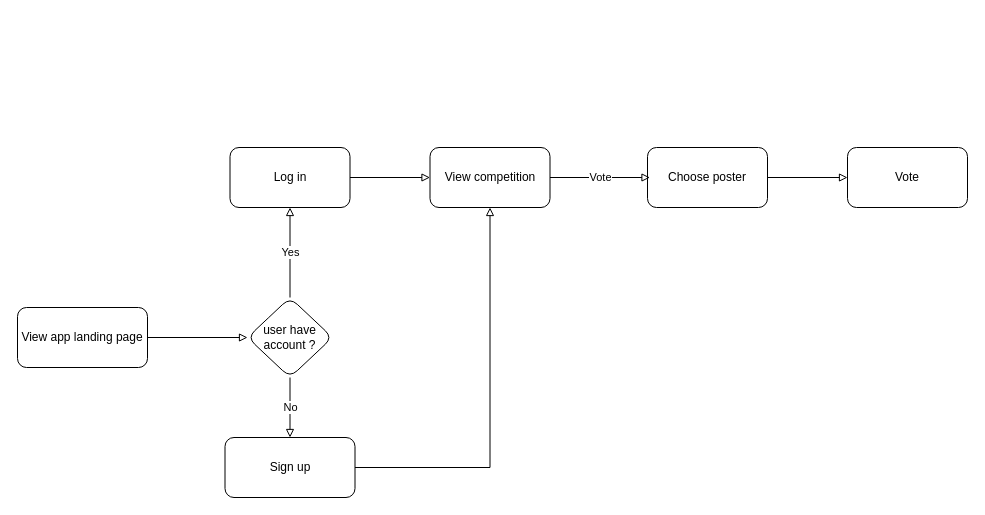
Before: page "Attendee vote" (1 of 11) of Task flow.drawio in supagon/test, a draw.io diagram. Source tidied: cells renumbered, new cells numbered last; positions are measured from the earlier drawing's top-left corner, leaving out a move shared by most shapes. Both pictures are drawn from the tidied source at 100%, with x=0, y=0 at pixel (17, 147).
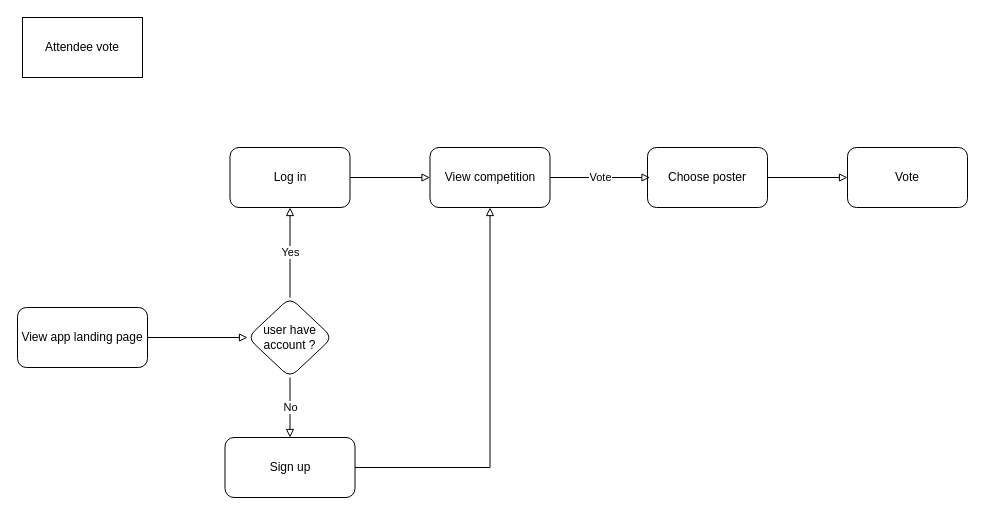
The same page after the edit.

What changed in the source:
```diff
@@
 <mxGraphModel>
   <root>
     <mxCell id="0" />
     <mxCell id="1" parent="0" />
     <mxCell id="2" style="edgeStyle=orthogonalEdgeStyle;rounded=0;jettySize=auto;html=1;endArrow=block;endFill=0;exitX=1;exitY=0.5;exitDx=0;exitDy=0;" parent="1" edge="1" source="15" target="9">
       <mxGeometry relative="1" as="geometry" />
     </mxCell>
     <mxCell id="3" style="edgeStyle=orthogonalEdgeStyle;rounded=0;jettySize=auto;html=1;exitX=1;exitY=0.5;exitDx=0;exitDy=0;entryX=0.5;entryY=1;entryDx=0;entryDy=0;endArrow=block;endFill=0;" parent="1" edge="1" source="4" target="13">
       <mxGeometry relative="1" as="geometry" />
     </mxCell>
     <mxCell id="4" value="Sign up" style="rounded=1;whiteSpace=wrap;html=1;" parent="1" vertex="1">
       <mxGeometry x="207.5" y="290" width="130" height="60" as="geometry" />
     </mxCell>
     <mxCell id="5" style="edgeStyle=orthogonalEdgeStyle;rounded=0;jettySize=auto;html=1;endArrow=block;endFill=0;" parent="1" edge="1" source="6" target="14">
       <mxGeometry relative="1" as="geometry" />
     </mxCell>
     <mxCell id="6" value="Choose poster" style="whiteSpace=wrap;html=1;rounded=1;" parent="1" vertex="1">
       <mxGeometry x="630" width="120" height="60" as="geometry" />
     </mxCell>
     <mxCell id="7" value="No" style="edgeStyle=orthogonalEdgeStyle;rounded=0;jettySize=auto;html=1;exitX=0.5;exitY=1;exitDx=0;exitDy=0;entryX=0.5;entryY=0;entryDx=0;entryDy=0;endArrow=block;endFill=0;" parent="1" edge="1" source="9" target="4">
       <mxGeometry relative="1" as="geometry" />
     </mxCell>
     <mxCell id="8" value="Yes" style="edgeStyle=orthogonalEdgeStyle;rounded=0;jettySize=auto;html=1;endArrow=block;endFill=0;" parent="1" edge="1" source="9" target="11">
       <mxGeometry relative="1" as="geometry" />
     </mxCell>
     <mxCell id="9" value="user have account ?" style="rhombus;whiteSpace=wrap;html=1;rounded=1;glass=0;strokeWidth=1;shadow=0;" parent="1" vertex="1">
       <mxGeometry x="230" y="150" width="85" height="80" as="geometry" />
     </mxCell>
     <mxCell id="10" style="edgeStyle=orthogonalEdgeStyle;rounded=0;jettySize=auto;html=1;endArrow=block;endFill=0;" parent="1" edge="1" source="11" target="13">
       <mxGeometry relative="1" as="geometry" />
     </mxCell>
     <mxCell id="11" value="Log in" style="whiteSpace=wrap;html=1;rounded=1;glass=0;strokeWidth=1;shadow=0;" parent="1" vertex="1">
       <mxGeometry x="212.5" width="120" height="60" as="geometry" />
     </mxCell>
     <mxCell id="12" value="Vote" style="edgeStyle=orthogonalEdgeStyle;rounded=0;jettySize=auto;html=1;endArrow=block;endFill=0;" parent="1" edge="1" source="13">
       <mxGeometry relative="1" as="geometry">
         <mxPoint x="632.5" y="30" as="targetPoint" />
       </mxGeometry>
     </mxCell>
     <mxCell id="13" value="View competition" style="whiteSpace=wrap;html=1;rounded=1;glass=0;strokeWidth=1;shadow=0;" parent="1" vertex="1">
       <mxGeometry x="412.5" width="120" height="60" as="geometry" />
     </mxCell>
     <mxCell id="14" value="Vote" style="whiteSpace=wrap;html=1;rounded=1;" parent="1" vertex="1">
       <mxGeometry x="830" width="120" height="60" as="geometry" />
     </mxCell>
     <mxCell id="15" value="View app landing page" style="rounded=1;whiteSpace=wrap;html=1;fontSize=12;glass=0;strokeWidth=1;shadow=0;" parent="1" vertex="1">
       <mxGeometry y="160" width="130" height="60" as="geometry" />
     </mxCell>
+    <mxCell id="16" value="Attendee vote" style="rounded=0;whiteSpace=wrap;html=1;" parent="1" vertex="1">
+      <mxGeometry x="5" y="-130" width="120" height="60" as="geometry" />
+    </mxCell>
   </root>
 </mxGraphModel>
```
